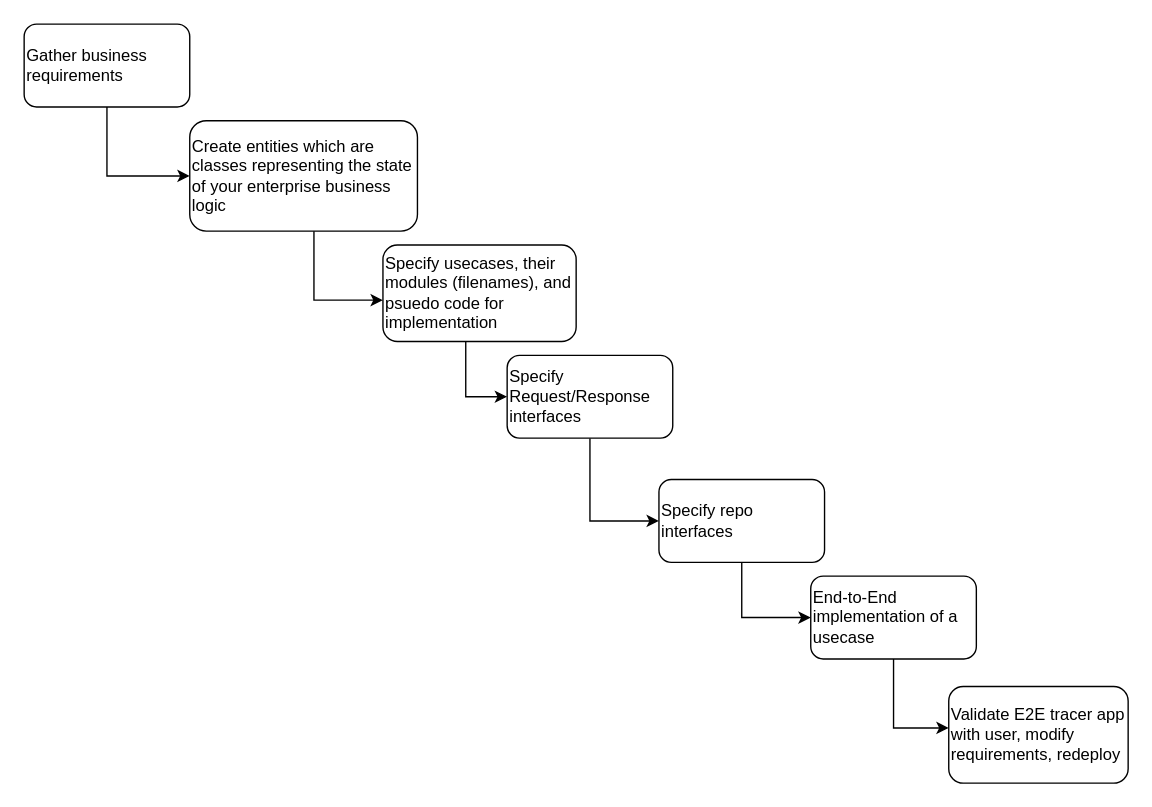
Earlier version of the draw.io diagram page "iterative_architecture_design" (1 of 2) of clean_architecture/software_design.drawio (rrigato/architecture). Source tidied: cells renumbered, new cells numbered last; positions are measured from the earlier drawing's top-left corner, leaving out a move shared by most shapes. Both pictures are drawn from the tidied source at 138%, with x=0, y=0 at pixel (23, 23).
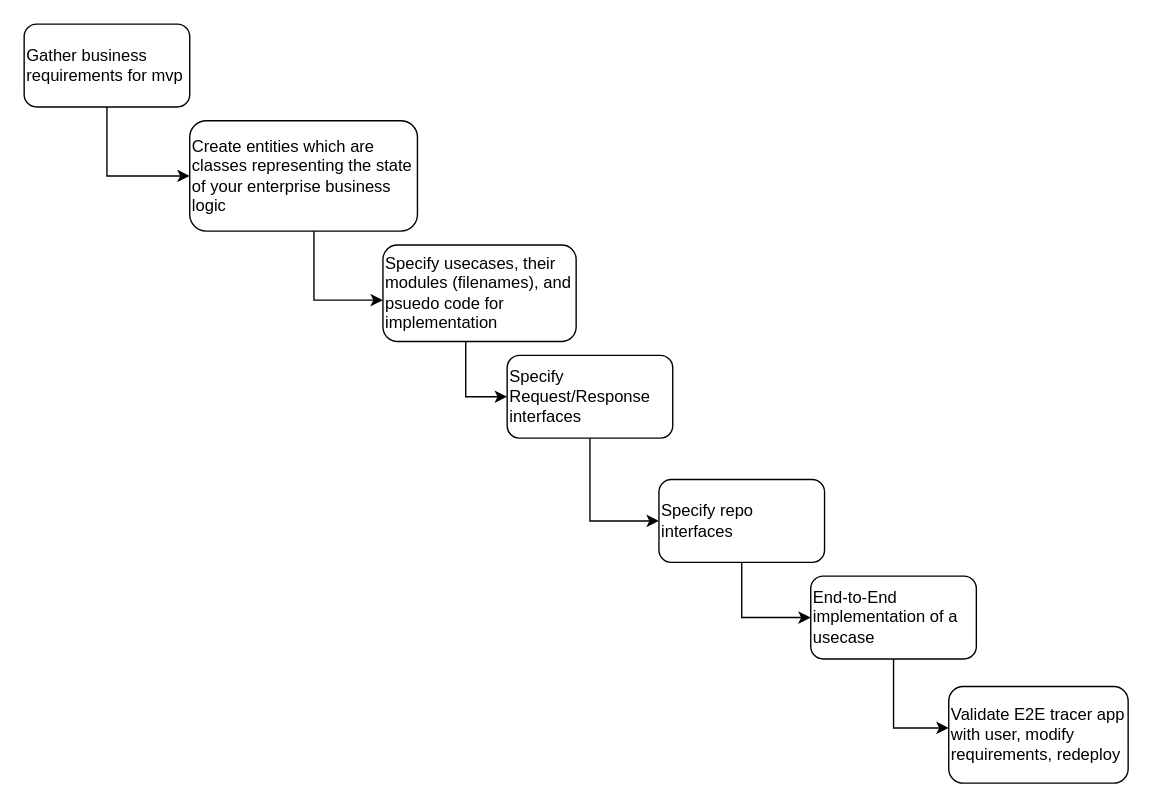
Above is the later version.

Commit message:
first pass at python directory structure

Diff of the diagram source:
```diff
@@
-    <mxCell id="3" value="Gather business requirements" style="rounded=1;whiteSpace=wrap;html=1;align=left;" parent="1" vertex="1">
+    <mxCell id="3" value="Gather business requirements for mvp" style="rounded=1;whiteSpace=wrap;html=1;align=left;" parent="1" vertex="1">
       <mxGeometry width="120" height="60" as="geometry" />
     </mxCell>
```
